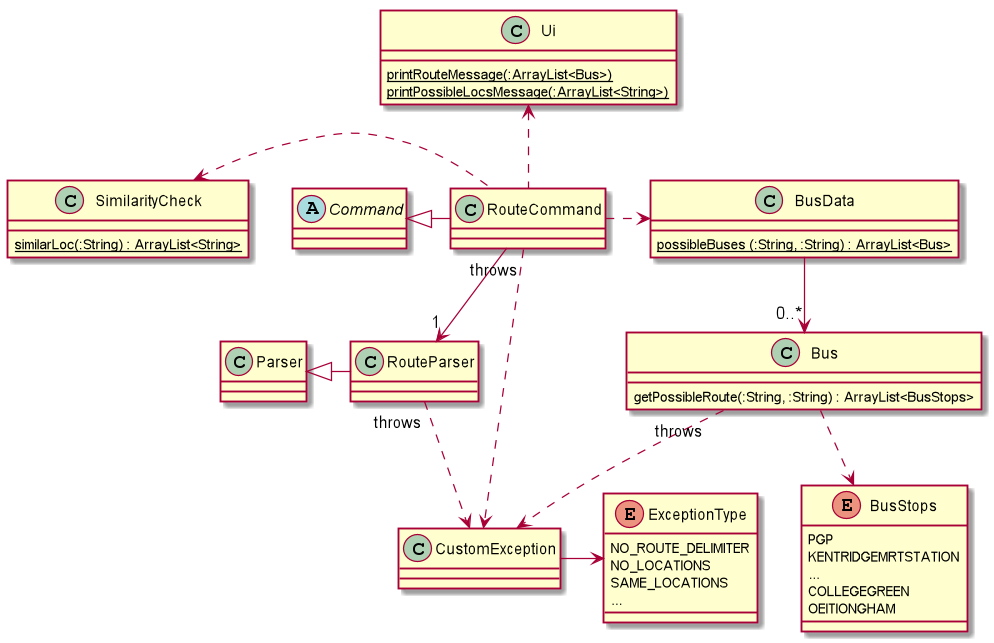
nus-cs2113-AY2021S1/tp keeps this PlantUML diagram as docs/DG_Diagrams/RouteCommandClass.png. Above is the earlier version.
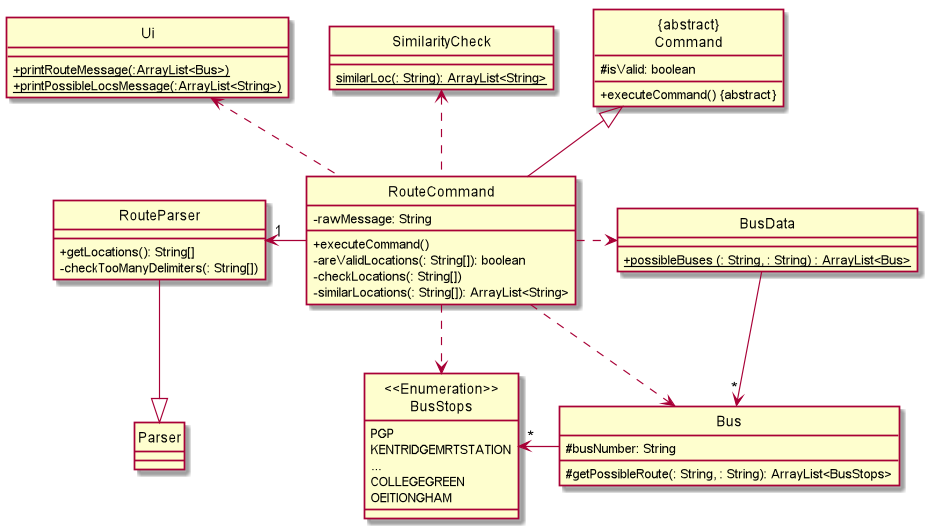
Later version of the same file.

Commit message:
Update /route class diagram

(cherry picked from commit 01943fecec9c25e3df52ecfdf5ee04e08b224cb0)

The edit, as a diff of the source:
```diff
@@ -1,25 +1,48 @@
 @startuml
 
-abstract class Command
-Class RouteCommand
-Class RouteParser
+hide circle
+skinparam classAttributeIconSize 0
+
+Class "{abstract}\nCommand" {
+# isValid: boolean
+
++ executeCommand() &#123;abstract&#125;
+}
+Class RouteCommand {
+- rawMessage: String
+
++ executeCommand()
+- areValidLocations(: String[]): boolean
+- checkLocations(: String[])
+- similarLocations(: String[]): ArrayList<String>
+}
+
+Class RouteParser {
+
++ getLocations(): String[]
+- checkTooManyDelimiters(: String[])
+}
 Class Parser
+
 Class BusData {
-{static} possibleBuses (:String, :String) : ArrayList<Bus>
++ {static} possibleBuses (: String, : String) : ArrayList<Bus>
 }
+
 Class Bus {
-getPossibleRoute(:String, :String) : ArrayList<BusStops>
+# busNumber: String
+# getPossibleRoute(: String, : String): ArrayList<BusStops>
 }
+
 Class SimilarityCheck {
-{static} similarLoc(:String) : ArrayList<String>
+{static} similarLoc(: String): ArrayList<String>
 }
 
 Class Ui {
-{static} printRouteMessage(:ArrayList<Bus>)
-{static} printPossibleLocsMessage(:ArrayList<String>)
++ {static} printRouteMessage(:ArrayList<Bus>)
++ {static} printPossibleLocsMessage(:ArrayList<String>)
 }
 
-enum BusStops {
+enum "<<Enumeration>>\nBusStops" {
 PGP
 KENTRIDGEMRTSTATION
 ...
@@ -27,24 +50,16 @@
 OEITIONGHAM
 }
 
-enum ExceptionType {
-NO_ROUTE_DELIMITER
-NO_LOCATIONS
-SAME_LOCATIONS
-...
-}
 
-Command <|- RouteCommand
-Parser <|- RouteParser
-RouteParser "1"<--down RouteCommand
+"{abstract}\nCommand" <|-- RouteCommand
+Parser <|--up RouteParser
+RouteParser "1"<- RouteCommand
 RouteCommand .> BusData
-BusData --> "0..*" Bus
-Bus ..> BusStops
-RouteCommand "throws"..> CustomException
-RouteParser "throws"..> CustomException
-Bus "throws"..> CustomException
-CustomException -> ExceptionType
-RouteCommand .left> SimilarityCheck
+BusData --> "*" Bus
+Bus -left>"*" "<<Enumeration>>\nBusStops"
+RouteCommand ..up> SimilarityCheck
+RouteCommand ..> "<<Enumeration>>\nBusStops"
+RouteCommand ..> Bus
 
 RouteCommand ..up> Ui
 
```
